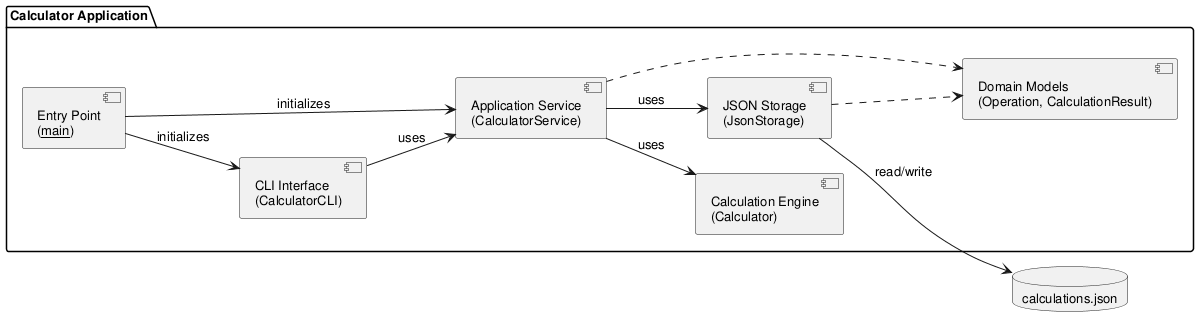
This is experiments/broadcast/user_stories/calculator/artifacts/component_diagram.png from DanielRiha8906/Software_autoevolution_using_agents, a PlantUML export, as it was before one commit.
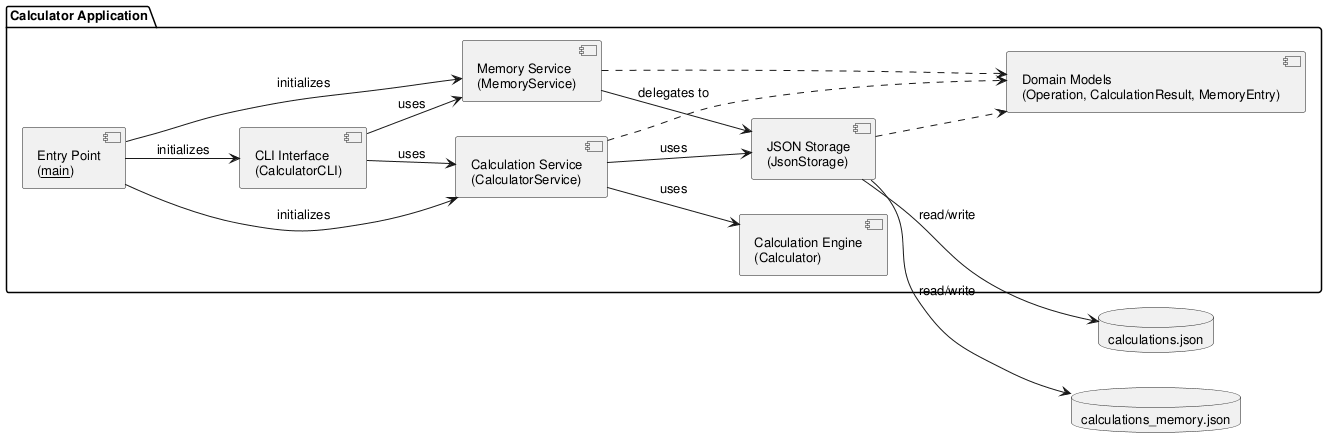
The same diagram one commit later.

Diff of the diagram source:
```diff
@@ -8,24 +8,31 @@
 
     component "Entry Point\n(__main__)" as Main
     component "CLI Interface\n(CalculatorCLI)" as CLI
-    component "Application Service\n(CalculatorService)" as Service
+    component "Calculation Service\n(CalculatorService)" as Service
+    component "Memory Service\n(MemoryService)" as MemService
     component "Calculation Engine\n(Calculator)" as Calc
     component "JSON Storage\n(JsonStorage)" as Store
-    component "Domain Models\n(Operation, CalculationResult)" as Models
+    component "Domain Models\n(Operation, CalculationResult, MemoryEntry)" as Models
 
     Main --> CLI : initializes
     Main --> Service : initializes
+    Main --> MemService : initializes
 
     CLI --> Service : uses
+    CLI --> MemService : uses
     Service --> Calc : uses
     Service --> Store : uses
+    MemService --> Store : delegates to
 
     Service ..> Models
+    MemService ..> Models
     Store ..> Models
 }
 
 database "calculations.json" as DB
+database "calculations_memory.json" as MemDB
 
 Store --> DB : read/write
+Store --> MemDB : read/write
 
 @enduml
```
